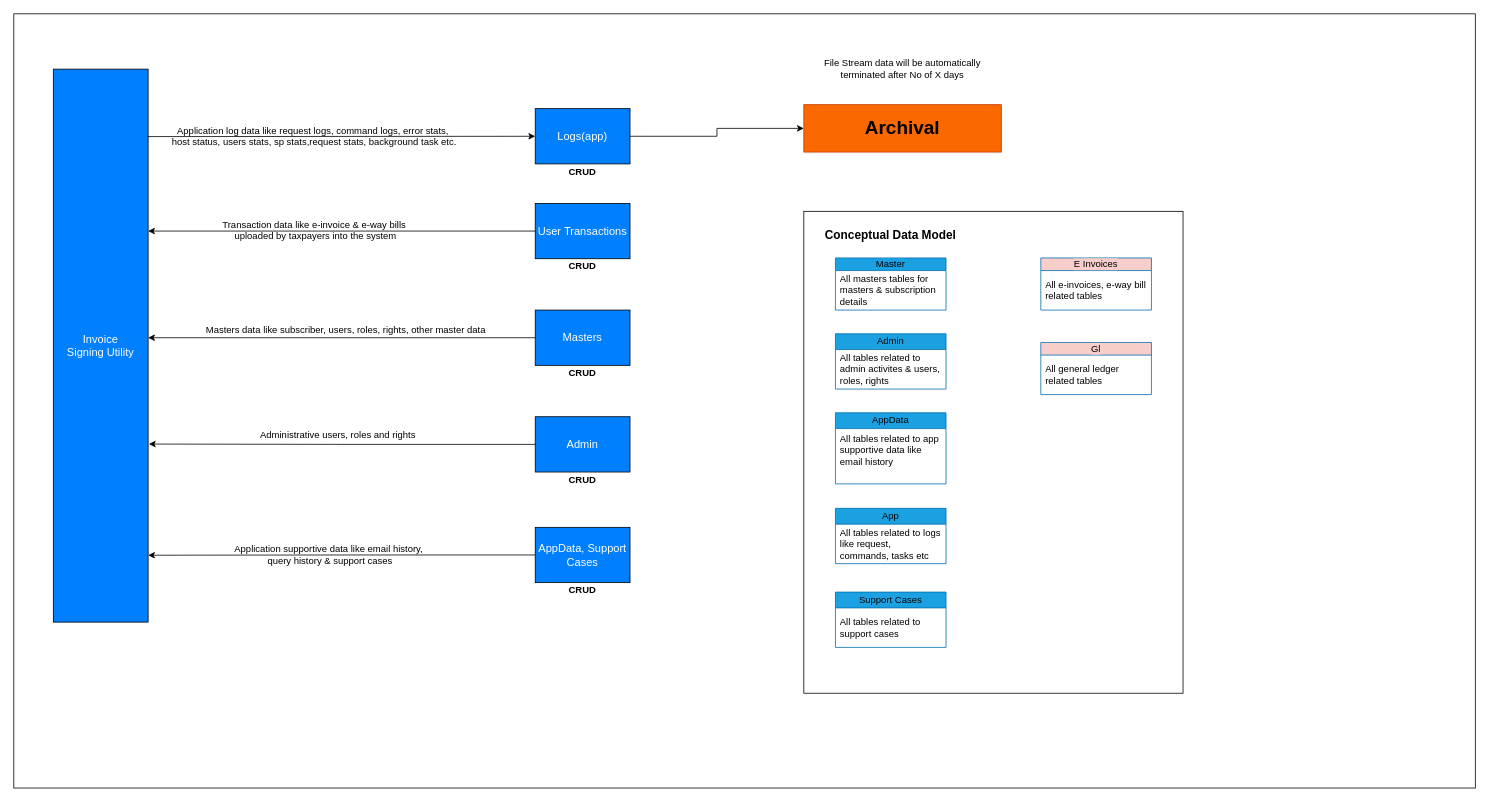
This is page "IA – Conceptual Data Model" (1 of 8) of KPMG.drawio from superavesh/Diagrams, a draw.io file, before an edit. Source tidied: cells renumbered, new cells numbered last; positions are measured from the earlier drawing's top-left corner, leaving out a move shared by most shapes. Both pictures are drawn from the tidied source at 79%, with x=0, y=0 at pixel (13, 13).
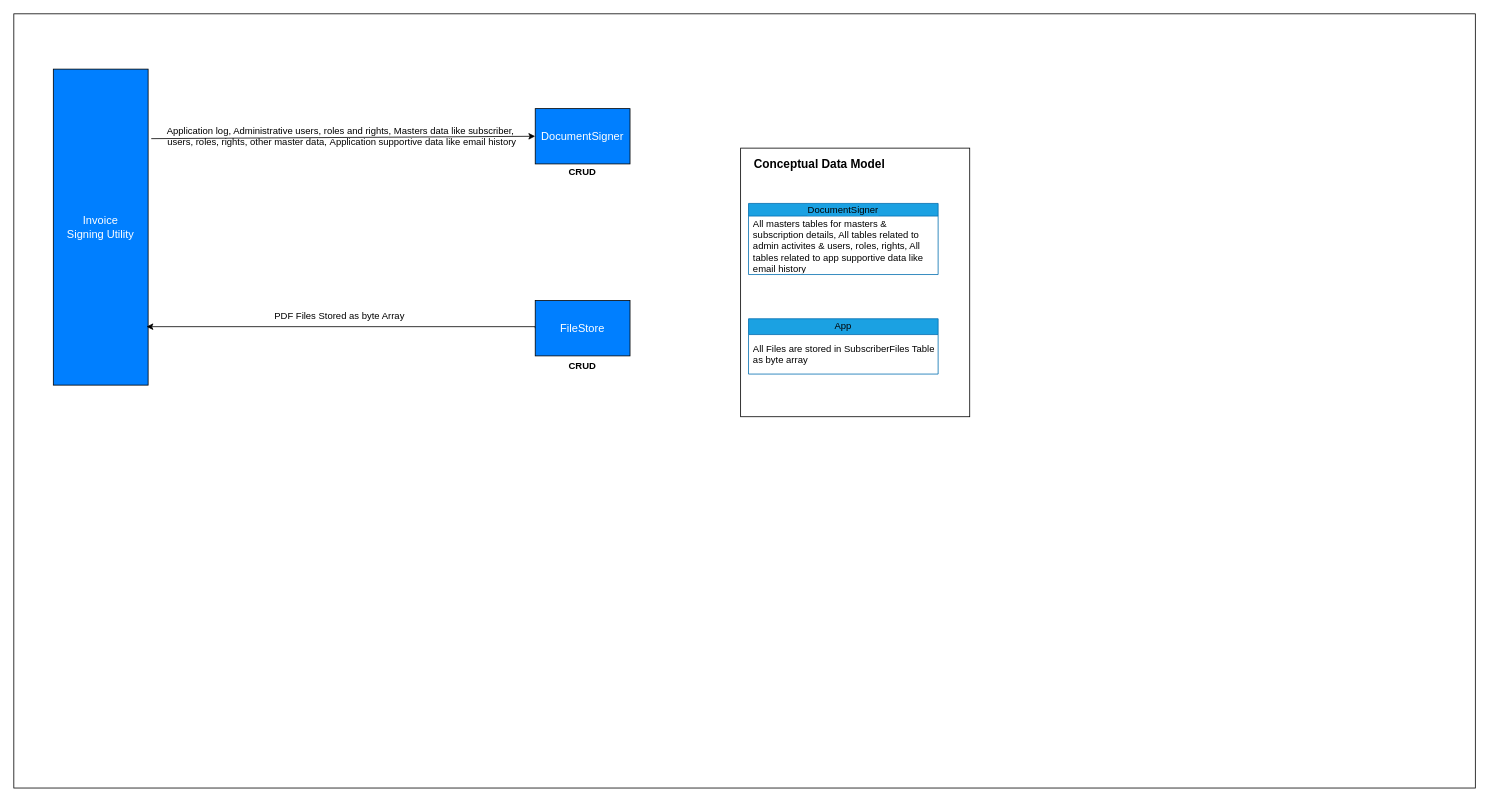
The same diagram, later.

The edit, as a diff of the source:
```diff
@@
     <mxCell id="3" style="rounded=0;whiteSpace=wrap;html=1;" parent="1" vertex="1">
-      <mxGeometry x="1000" y="250" width="480" height="610" as="geometry" />
+      <mxGeometry x="920" y="170" width="290" height="340" as="geometry" />
     </mxCell>
     <mxCell id="4" value="&lt;span lang=&quot;EN-US&quot; style=&quot;font-size: 14px; font-family: Calibri, sans-serif;&quot;&gt;Invoice&lt;br style=&quot;font-size: 14px;&quot;&gt;Signing Utility&lt;/span&gt;" style="rounded=0;whiteSpace=wrap;html=1;fillColor=#007FFF;fontColor=#ffffff;fontSize=14;" parent="1" vertex="1">
-      <mxGeometry x="50" y="70" width="120" height="700" as="geometry" />
+      <mxGeometry x="50" y="70" width="120" height="400" as="geometry" />
     </mxCell>
-    <mxCell id="5" style="edgeStyle=orthogonalEdgeStyle;rounded=0;jettySize=auto;html=1;entryX=0;entryY=0.5;entryDx=0;entryDy=0;" parent="1" edge="1" source="6" target="41">
-      <mxGeometry relative="1" as="geometry" />
-    </mxCell>
-    <mxCell id="6" value="&lt;font style=&quot;font-size: 14px;&quot; face=&quot;Calibri, sans-serif&quot;&gt;&lt;span style=&quot;font-size: 14px;&quot;&gt;Logs(app)&lt;/span&gt;&lt;/font&gt;" style="rounded=0;whiteSpace=wrap;html=1;fillColor=#007FFF;fontColor=#ffffff;fontSize=14;" parent="1" vertex="1">
+    <mxCell id="6" value="&lt;font style=&quot;font-size: 14px;&quot; face=&quot;Calibri, sans-serif&quot;&gt;&lt;span style=&quot;font-size: 14px;&quot;&gt;DocumentSigner&lt;/span&gt;&lt;/font&gt;" style="rounded=0;whiteSpace=wrap;html=1;fillColor=#007FFF;fontColor=#ffffff;fontSize=14;" parent="1" vertex="1">
       <mxGeometry x="660" y="120" width="120" height="70" as="geometry" />
     </mxCell>
-    <mxCell id="7" style="edgeStyle=orthogonalEdgeStyle;rounded=0;jettySize=auto;html=1;" parent="1" edge="1" source="8" target="4">
+    <mxCell id="7" style="edgeStyle=orthogonalEdgeStyle;rounded=0;jettySize=auto;html=1;entryX=0.983;entryY=0.815;entryDx=0;entryDy=0;exitX=0;exitY=0.5;exitDx=0;exitDy=0;entryPerimeter=0;" parent="1" edge="1" source="8" target="4">
       <mxGeometry relative="1" as="geometry">
         <Array as="points">
-          <mxPoint x="400" y="275" />
-          <mxPoint x="400" y="275" />
+          <mxPoint x="660" y="396" />
         </Array>
       </mxGeometry>
     </mxCell>
-    <mxCell id="8" value="&lt;font style=&quot;font-size: 14px;&quot; face=&quot;Calibri, sans-serif&quot;&gt;&lt;span style=&quot;font-size: 14px;&quot;&gt;User Transactions&lt;/span&gt;&lt;/font&gt;" style="rounded=0;whiteSpace=wrap;html=1;fillColor=#007FFF;fontColor=#ffffff;fontSize=14;" parent="1" vertex="1">
-      <mxGeometry x="660" y="240" width="120" height="70" as="geometry" />
+    <mxCell id="8" value="&lt;font style=&quot;font-size: 14px;&quot; face=&quot;Calibri, sans-serif&quot;&gt;&lt;span style=&quot;font-size: 14px;&quot;&gt;FileStore&lt;/span&gt;&lt;/font&gt;" style="rounded=0;whiteSpace=wrap;html=1;fillColor=#007FFF;fontColor=#ffffff;fontSize=14;" parent="1" vertex="1">
+      <mxGeometry x="660" y="363" width="120" height="70" as="geometry" />
     </mxCell>
-    <mxCell id="9" value="&lt;font style=&quot;font-size: 14px;&quot; face=&quot;Calibri, sans-serif&quot;&gt;&lt;span style=&quot;font-size: 14px;&quot;&gt;Masters&lt;/span&gt;&lt;/font&gt;" style="rounded=0;whiteSpace=wrap;html=1;fillColor=#007FFF;fontColor=#ffffff;fontSize=14;" parent="1" vertex="1">
-      <mxGeometry x="660" y="375" width="120" height="70" as="geometry" />
-    </mxCell>
-    <mxCell id="10" value="&lt;font style=&quot;font-size: 14px;&quot; face=&quot;Calibri, sans-serif&quot;&gt;&lt;span style=&quot;font-size: 14px;&quot;&gt;Admin&lt;/span&gt;&lt;/font&gt;" style="rounded=0;whiteSpace=wrap;html=1;fillColor=#007FFF;fontColor=#ffffff;fontSize=14;" parent="1" vertex="1">
-      <mxGeometry x="660" y="510" width="120" height="70" as="geometry" />
-    </mxCell>
-    <mxCell id="11" value="&lt;font style=&quot;font-size: 14px;&quot; face=&quot;Calibri, sans-serif&quot;&gt;&lt;span style=&quot;font-size: 14px;&quot;&gt;AppData, Support Cases&lt;/span&gt;&lt;/font&gt;" style="rounded=0;whiteSpace=wrap;html=1;fillColor=#007FFF;fontColor=#ffffff;fontSize=14;" parent="1" vertex="1">
-      <mxGeometry x="660" y="650" width="120" height="70" as="geometry" />
-    </mxCell>
@@
     <mxCell id="13" value="&lt;b&gt;CRUD&lt;/b&gt;" style="text;html=1;align=center;verticalAlign=middle;whiteSpace=wrap;rounded=0;" parent="1" vertex="1">
-      <mxGeometry x="695" y="310" width="50" height="20" as="geometry" />
+      <mxGeometry x="695" y="436" width="50" height="20" as="geometry" />
     </mxCell>
-    <mxCell id="14" value="&lt;b&gt;CRUD&lt;/b&gt;" style="text;html=1;align=center;verticalAlign=middle;whiteSpace=wrap;rounded=0;" parent="1" vertex="1">
-      <mxGeometry x="695" y="445" width="50" height="20" as="geometry" />
-    </mxCell>
-    <mxCell id="15" value="&lt;b&gt;CRUD&lt;/b&gt;" style="text;html=1;align=center;verticalAlign=middle;whiteSpace=wrap;rounded=0;" parent="1" vertex="1">
-      <mxGeometry x="695" y="580" width="50" height="20" as="geometry" />
-    </mxCell>
-    <mxCell id="16" value="&lt;b&gt;CRUD&lt;/b&gt;" style="text;html=1;align=center;verticalAlign=middle;whiteSpace=wrap;rounded=0;" parent="1" vertex="1">
-      <mxGeometry x="695" y="720" width="50" height="20" as="geometry" />
-    </mxCell>
-    <mxCell id="17" style="endArrow=classic;html=1;rounded=0;entryX=0;entryY=0.5;entryDx=0;entryDy=0;exitX=0.994;exitY=0.122;exitDx=0;exitDy=0;exitPerimeter=0;" parent="1" edge="1" source="4" target="6">
+    <mxCell id="17" style="endArrow=classic;html=1;rounded=0;entryX=0;entryY=0.5;entryDx=0;entryDy=0;exitX=1.033;exitY=0.22;exitDx=0;exitDy=0;exitPerimeter=0;" parent="1" edge="1" source="4" target="6">
       <mxGeometry relative="1" as="geometry" />
     </mxCell>
-    <mxCell id="18" value="Application log data like request logs, command logs, error stats,&amp;nbsp;&lt;div&gt;host status, users stats, sp stats,request stats, background task etc.&lt;/div&gt;" style="text;html=1;align=center;verticalAlign=middle;strokeColor=none;fillColor=none;" parent="1" vertex="1">
-      <mxGeometry x="190" y="135" width="380" height="40" as="geometry" />
+    <mxCell id="18" value="Application log, Administrative users, roles and rights, Masters data like subscriber,&amp;nbsp;&lt;div&gt;users, roles,&amp;nbsp;&lt;span style=&quot;background-color: initial;&quot;&gt;rights,&amp;nbsp;&lt;/span&gt;&lt;span style=&quot;background-color: initial;&quot;&gt;other master data,&amp;nbsp;&lt;/span&gt;&lt;span style=&quot;background-color: initial;&quot;&gt;Application supportive data like email history&lt;/span&gt;&lt;/div&gt;" style="text;html=1;align=center;verticalAlign=middle;strokeColor=none;fillColor=none;" parent="1" vertex="1">
+      <mxGeometry x="180" y="135" width="470" height="40" as="geometry" />
     </mxCell>
-    <mxCell id="19" value="Transaction data like e-invoice &amp;amp; e-way bills&lt;div&gt;&amp;nbsp;uploaded by taxpayers into the system&lt;/div&gt;" style="text;html=1;align=center;verticalAlign=middle;strokeColor=none;fillColor=none;" parent="1" vertex="1">
-      <mxGeometry x="250" y="254" width="260" height="40" as="geometry" />
-    </mxCell>
-    <mxCell id="20" style="edgeStyle=orthogonalEdgeStyle;rounded=0;jettySize=auto;html=1;entryX=1.008;entryY=0.678;entryDx=0;entryDy=0;entryPerimeter=0;" parent="1" edge="1" source="10" target="4">
-      <mxGeometry relative="1" as="geometry" />
-    </mxCell>
-    <mxCell id="21" style="edgeStyle=orthogonalEdgeStyle;rounded=0;jettySize=auto;html=1;entryX=1;entryY=0.879;entryDx=0;entryDy=0;entryPerimeter=0;" parent="1" edge="1" source="11" target="4">
-      <mxGeometry relative="1" as="geometry" />
-    </mxCell>
-    <mxCell id="22" style="edgeStyle=orthogonalEdgeStyle;rounded=0;jettySize=auto;html=1;" parent="1" edge="1" source="9">
-      <mxGeometry relative="1" as="geometry">
-        <mxPoint x="170" y="410" as="targetPoint" />
-        <Array as="points">
-          <mxPoint x="180" y="410" />
-          <mxPoint x="180" y="410" />
-        </Array>
-      </mxGeometry>
-    </mxCell>
-    <mxCell id="23" value="&lt;div&gt;Masters data like subscriber, users, roles, rights, other master data&lt;/div&gt;" style="text;html=1;align=center;verticalAlign=middle;strokeColor=none;fillColor=none;" parent="1" vertex="1">
-      <mxGeometry x="230" y="386" width="380" height="30" as="geometry" />
-    </mxCell>
-    <mxCell id="24" value="&lt;div&gt;Administrative users, roles and rights&lt;/div&gt;" style="text;html=1;align=center;verticalAlign=middle;strokeColor=none;fillColor=none;" parent="1" vertex="1">
-      <mxGeometry x="300" y="518" width="220" height="30" as="geometry" />
-    </mxCell>
-    <mxCell id="25" value="&lt;div&gt;Application supportive data like email history,&amp;nbsp;&lt;/div&gt;&lt;div&gt;query history &amp;amp; support cases&lt;/div&gt;" style="text;html=1;align=center;verticalAlign=middle;strokeColor=none;fillColor=none;" parent="1" vertex="1">
-      <mxGeometry x="265" y="665" width="270" height="40" as="geometry" />
-    </mxCell>
     <mxCell id="26" value="Conceptual Data Model" style="text;html=1;align=center;verticalAlign=middle;whiteSpace=wrap;rounded=0;fontStyle=1;fontSize=15;" parent="1" vertex="1">
-      <mxGeometry x="1010" y="265" width="200" height="30" as="geometry" />
+      <mxGeometry x="920" y="175" width="200" height="30" as="geometry" />
     </mxCell>
-    <mxCell id="27" value="&lt;font style=&quot;&quot;&gt;Master&lt;/font&gt;" style="swimlane;fontStyle=0;horizontal=1;startSize=16;whiteSpace=wrap;html=1;labelBackgroundColor=#1BA1E2;fillColor=#1ba1e2;fontColor=#000000;strokeColor=#006EAF;" parent="1" vertex="1">
-      <mxGeometry x="1040" y="309" width="140" height="66" as="geometry" />
+    <mxCell id="27" value="&lt;font style=&quot;&quot;&gt;DocumentSigner&lt;/font&gt;" style="swimlane;fontStyle=0;horizontal=1;startSize=16;whiteSpace=wrap;html=1;labelBackgroundColor=#1BA1E2;fillColor=#1ba1e2;fontColor=#000000;strokeColor=#006EAF;" parent="1" vertex="1">
+      <mxGeometry x="930" y="240" width="240" height="90" as="geometry" />
     </mxCell>
-    <mxCell id="28" value="All masters tables for masters &amp;amp; subscription details" style="text;strokeColor=none;fillColor=none;align=left;verticalAlign=middle;spacingLeft=4;spacingRight=4;overflow=hidden;whiteSpace=wrap;html=1;" parent="27" vertex="1">
-      <mxGeometry y="16" width="140" height="50" as="geometry" />
+    <mxCell id="28" value="All masters tables for masters &amp;amp; subscription details, All tables related to admin activites &amp;amp; users, roles, rights, All tables related to app supportive data like email history&amp;nbsp;&lt;div&gt;&lt;br&gt;&lt;/div&gt;" style="text;strokeColor=none;fillColor=none;align=left;verticalAlign=middle;spacingLeft=4;spacingRight=4;overflow=hidden;whiteSpace=wrap;html=1;" parent="27" vertex="1">
+      <mxGeometry y="16" width="240" height="74" as="geometry" />
     </mxCell>
-    <mxCell id="29" value="&lt;font style=&quot;&quot;&gt;Admin&lt;/font&gt;" style="swimlane;fontStyle=0;horizontal=1;startSize=20;whiteSpace=wrap;html=1;labelBackgroundColor=#1BA1E2;fillColor=#1ba1e2;fontColor=#000000;strokeColor=#006EAF;" parent="1" vertex="1">
-      <mxGeometry x="1040" y="405" width="140" height="70" as="geometry" />
-    </mxCell>
-    <mxCell id="30" value="All tables related to admin activites &amp;amp; users, roles, rights" style="text;strokeColor=none;fillColor=none;align=left;verticalAlign=middle;spacingLeft=4;spacingRight=4;overflow=hidden;whiteSpace=wrap;html=1;" parent="29" vertex="1">
-      <mxGeometry y="20" width="140" height="50" as="geometry" />
-    </mxCell>
-    <mxCell id="31" value="&lt;font style=&quot;&quot;&gt;AppData&lt;/font&gt;" style="swimlane;fontStyle=0;horizontal=1;startSize=20;whiteSpace=wrap;html=1;labelBackgroundColor=#1BA1E2;fillColor=#1ba1e2;fontColor=#000000;strokeColor=#006EAF;swimlaneLine=1;" parent="1" vertex="1">
-      <mxGeometry x="1040" y="505" width="140" height="90" as="geometry" />
-    </mxCell>
-    <mxCell id="32" value="All tables related to app supportive data like email history&amp;nbsp;&lt;div&gt;&lt;br&gt;&lt;/div&gt;" style="text;strokeColor=none;fillColor=none;align=left;verticalAlign=middle;spacingLeft=4;spacingRight=4;overflow=hidden;whiteSpace=wrap;html=1;" parent="31" vertex="1">
-      <mxGeometry y="20" width="140" height="70" as="geometry" />
-    </mxCell>
     <mxCell id="33" value="&lt;font style=&quot;&quot;&gt;App&lt;/font&gt;" style="swimlane;fontStyle=0;horizontal=1;startSize=20;whiteSpace=wrap;html=1;labelBackgroundColor=#1BA1E2;fillColor=#1ba1e2;fontColor=#000000;strokeColor=#006EAF;swimlaneLine=1;" parent="1" vertex="1">
-      <mxGeometry x="1040" y="626" width="140" height="70" as="geometry" />
+      <mxGeometry x="930" y="386" width="240" height="70" as="geometry" />
     </mxCell>
-    <mxCell id="34" value="All tables related to logs like request, commands, tasks etc" style="text;strokeColor=none;fillColor=none;align=left;verticalAlign=middle;spacingLeft=4;spacingRight=4;overflow=hidden;whiteSpace=wrap;html=1;" parent="33" vertex="1">
-      <mxGeometry y="20" width="140" height="50" as="geometry" />
+    <mxCell id="34" value="All Files are stored in SubscriberFiles Table as byte array" style="text;strokeColor=none;fillColor=none;align=left;verticalAlign=middle;spacingLeft=4;spacingRight=4;overflow=hidden;whiteSpace=wrap;html=1;" parent="33" vertex="1">
+      <mxGeometry y="20" width="240" height="50" as="geometry" />
     </mxCell>
-    <mxCell id="35" value="&lt;font style=&quot;&quot;&gt;Support Cases&lt;/font&gt;" style="swimlane;fontStyle=0;horizontal=1;startSize=20;whiteSpace=wrap;html=1;labelBackgroundColor=#1BA1E2;fillColor=#1ba1e2;fontColor=#000000;strokeColor=#006EAF;swimlaneLine=1;" parent="1" vertex="1">
-      <mxGeometry x="1040" y="732" width="140" height="70" as="geometry" />
-    </mxCell>
-    <mxCell id="36" value="All tables related to support cases" style="text;strokeColor=none;fillColor=none;align=left;verticalAlign=middle;spacingLeft=4;spacingRight=4;overflow=hidden;whiteSpace=wrap;html=1;" parent="35" vertex="1">
-      <mxGeometry y="20" width="140" height="50" as="geometry" />
-    </mxCell>
-    <mxCell id="37" value="&lt;font style=&quot;&quot;&gt;E Invoices&lt;/font&gt;" style="swimlane;fontStyle=0;horizontal=1;startSize=16;whiteSpace=wrap;html=1;labelBackgroundColor=#F7CECA;fillColor=#f7ceca;fontColor=#000000;strokeColor=#006EAF;gradientColor=none;" parent="1" vertex="1">
-      <mxGeometry x="1300" y="309" width="140" height="66" as="geometry" />
-    </mxCell>
-    <mxCell id="38" value="All e-invoices, e-way bill related tables" style="text;strokeColor=none;fillColor=none;align=left;verticalAlign=middle;spacingLeft=4;spacingRight=4;overflow=hidden;whiteSpace=wrap;html=1;" parent="37" vertex="1">
-      <mxGeometry y="16" width="140" height="50" as="geometry" />
-    </mxCell>
-    <mxCell id="39" value="&lt;font style=&quot;&quot;&gt;Gl&lt;/font&gt;" style="swimlane;fontStyle=0;horizontal=1;startSize=16;whiteSpace=wrap;html=1;labelBackgroundColor=#F7CECA;fillColor=#f7ceca;fontColor=#000000;strokeColor=#006EAF;gradientColor=none;" parent="1" vertex="1">
-      <mxGeometry x="1300" y="416" width="140" height="66" as="geometry" />
-    </mxCell>
-    <mxCell id="40" value="All general ledger related tables" style="text;strokeColor=none;fillColor=none;align=left;verticalAlign=middle;spacingLeft=4;spacingRight=4;overflow=hidden;whiteSpace=wrap;html=1;" parent="39" vertex="1">
-      <mxGeometry y="16" width="140" height="50" as="geometry" />
-    </mxCell>
-    <mxCell id="41" value="&lt;b&gt;&lt;font style=&quot;font-size: 24px;&quot;&gt;Archival&lt;/font&gt;&lt;/b&gt;" style="rounded=0;whiteSpace=wrap;html=1;fillColor=#fa6800;fontColor=#000000;strokeColor=#C73500;" parent="1" vertex="1">
-      <mxGeometry x="1000" y="115" width="250" height="60" as="geometry" />
-    </mxCell>
-    <mxCell id="42" value="File Stream data will be automatically terminated after No of X days" style="text;html=1;align=center;verticalAlign=middle;whiteSpace=wrap;rounded=0;strokeColor=none;" parent="1" vertex="1">
-      <mxGeometry x="1020" y="50" width="210" height="40" as="geometry" />
-    </mxCell>
+    <mxCell id="43" value="PDF Files Stored as byte Array" style="text;html=1;align=center;verticalAlign=middle;strokeColor=none;fillColor=none;" parent="1" vertex="1">
+      <mxGeometry x="317" y="368" width="190" height="30" as="geometry" />
+    </mxCell>
```
